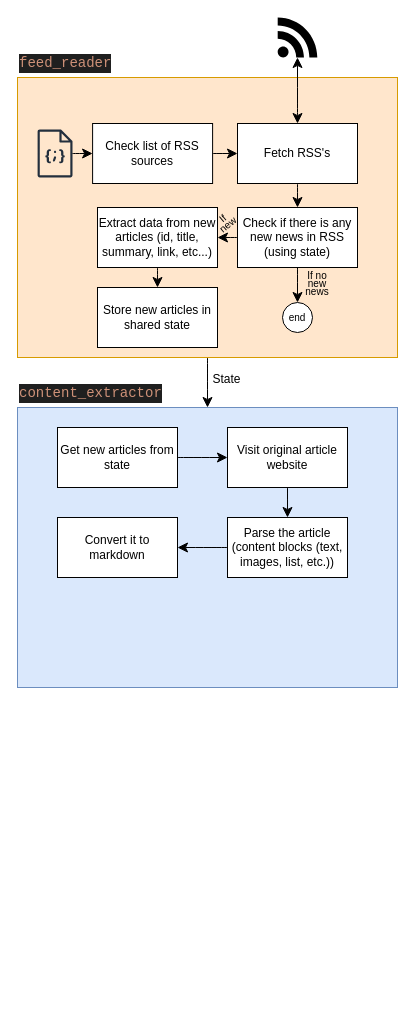
The draw.io diagram architecture/rss_architecture.drawio in JoniHonkanen/newsroom_production, before the edit. Source tidied: cells renumbered, new cells numbered last; positions are measured from the earlier drawing's top-left corner, leaving out a move shared by most shapes. Both pictures are drawn from the tidied source at 100%, with x=0, y=0 at pixel (17, 17).
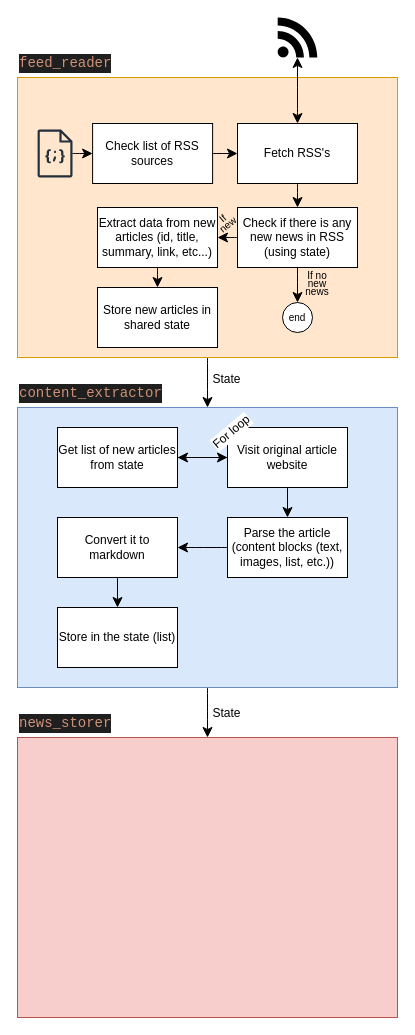
The same diagram, later.

The change refers to these unchanged cells:
```xml
<mxCell id="22" style="rounded=0;whiteSpace=wrap;html=1;fillColor=#dae8fc;strokeColor=#6c8ebf;" parent="1" vertex="1">
  <mxGeometry y="390" width="380" height="280" as="geometry" />
</mxCell>
<mxCell id="29" value="Visit original article website" style="rounded=0;whiteSpace=wrap;html=1;" parent="1" vertex="1">
  <mxGeometry x="210" y="410" width="120" height="60" as="geometry" />
</mxCell>
<mxCell id="32" value="Convert it to markdown" style="rounded=0;whiteSpace=wrap;html=1;" parent="1" vertex="1">
  <mxGeometry x="40" y="500" width="120" height="60" as="geometry" />
</mxCell>
```

Diff of the diagram source:
```diff
@@
+    <mxCell id="33" style="edgeStyle=none;curved=1;rounded=0;jettySize=auto;html=1;exitX=0.5;exitY=1;exitDx=0;exitDy=0;entryX=0.5;entryY=0;entryDx=0;entryDy=0;fontSize=12;startSize=8;endSize=8;" parent="1" edge="1" source="22" target="37">
+      <mxGeometry relative="1" as="geometry" />
+    </mxCell>
@@
-    <mxCell id="24" value="Get new articles from state" style="rounded=0;whiteSpace=wrap;html=1;" parent="1" vertex="1">
+    <mxCell id="24" value="Get list of new articles from state" style="rounded=0;whiteSpace=wrap;html=1;" parent="1" vertex="1">
       <mxGeometry x="40" y="410" width="120" height="60" as="geometry" />
     </mxCell>
@@
+    <mxCell id="34" style="edgeStyle=none;curved=1;rounded=0;jettySize=auto;html=1;fontSize=12;startSize=8;endSize=8;" parent="1" edge="1" source="29" target="24">
+      <mxGeometry relative="1" as="geometry" />
+    </mxCell>
@@
+    <mxCell id="35" style="edgeStyle=none;curved=1;rounded=0;jettySize=auto;html=1;exitX=0.5;exitY=1;exitDx=0;exitDy=0;entryX=0.5;entryY=0;entryDx=0;entryDy=0;fontSize=12;startSize=8;endSize=8;" parent="1" edge="1" source="32" target="36">
+      <mxGeometry relative="1" as="geometry" />
+    </mxCell>
@@
+    <mxCell id="36" value="Store in the state (list)" style="rounded=0;whiteSpace=wrap;html=1;" parent="1" vertex="1">
+      <mxGeometry x="40" y="590" width="120" height="60" as="geometry" />
+    </mxCell>
+    <mxCell id="37" style="rounded=0;whiteSpace=wrap;html=1;fillColor=#f8cecc;strokeColor=#b85450;" parent="1" vertex="1">
+      <mxGeometry y="720" width="380" height="280" as="geometry" />
+    </mxCell>
+    <mxCell id="38" value="&lt;div style=&quot;color: #cccccc;background-color: #1f1f1f;font-family: Consolas, 'Courier New', monospace;font-weight: normal;font-size: 14px;line-height: 19px;white-space: pre;&quot;&gt;&lt;div&gt;&lt;span style=&quot;color: #ce9178;&quot;&gt;news_storer&lt;/span&gt;&lt;/div&gt;&lt;/div&gt;" style="text;whiteSpace=wrap;html=1;" parent="1" vertex="1">
+      <mxGeometry y="690" width="120" height="40" as="geometry" />
+    </mxCell>
+    <mxCell id="39" value="State" style="edgeLabel;html=1;align=center;verticalAlign=middle;fontSize=12;" parent="1" vertex="1">
+      <mxGeometry x="208" y="695" as="geometry" />
+    </mxCell>
+    <mxCell id="40" value="For loop" style="edgeLabel;html=1;align=center;verticalAlign=middle;fontSize=12;rotation=-40;" parent="1" vertex="1">
+      <mxGeometry x="213" y="415" as="geometry" />
+    </mxCell>
```
